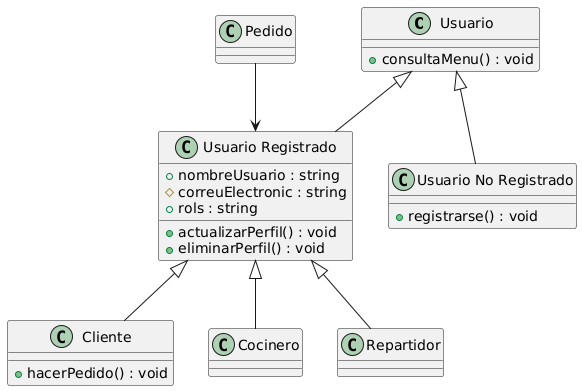
The PlantUML diagram documents/Diagrama Clases/Diagramas/bloq1_diagrama_clase.png in dabien3/ES25UAB-511-05, before a commit. The source it was exported from:
```plantuml
@startuml
class Usuario
{
   +consultaMenu() : void
}
class "Usuario Registrado" as UsuarioRegistrado
{
   +nombreUsuario : string
   #correuElectronic : string
   +rols : string
   +actualizarPerfil() : void
   +eliminarPerfil() : void

}
class "Usuario No Registrado" as UsuarioNoRegistrado
{
   +registrarse() : void
}
class Cliente
{
   +hacerPedido() : void
}
class Cocinero
class Repartidor
class Pedido

Usuario <|-- UsuarioRegistrado
Usuario <|-- UsuarioNoRegistrado
UsuarioRegistrado <|-- Cliente
UsuarioRegistrado <|-- Cocinero
UsuarioRegistrado <|-- Repartidor
Pedido --> UsuarioRegistrado
@enduml
```
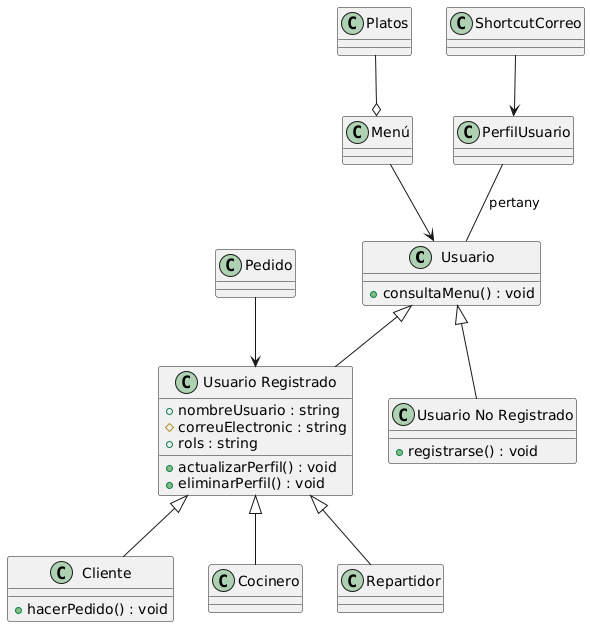
After the change.

Commit message:
update bloq1_diagrama_clase

The edit, as a diff of the source:
```diff
@@ -23,6 +23,10 @@
 class Cocinero
 class Repartidor
 class Pedido
+class Menú
+class ShortcutCorreo
+class PerfilUsuario
+class Platos
 
 Usuario <|-- UsuarioRegistrado
 Usuario <|-- UsuarioNoRegistrado
@@ -30,4 +34,8 @@
 UsuarioRegistrado <|-- Cocinero
 UsuarioRegistrado <|-- Repartidor
 Pedido --> UsuarioRegistrado
+Menú --> Usuario
+PerfilUsuario -- Usuario : pertany
+Platos --o Menú
+ShortcutCorreo --> PerfilUsuario
 @enduml
```
